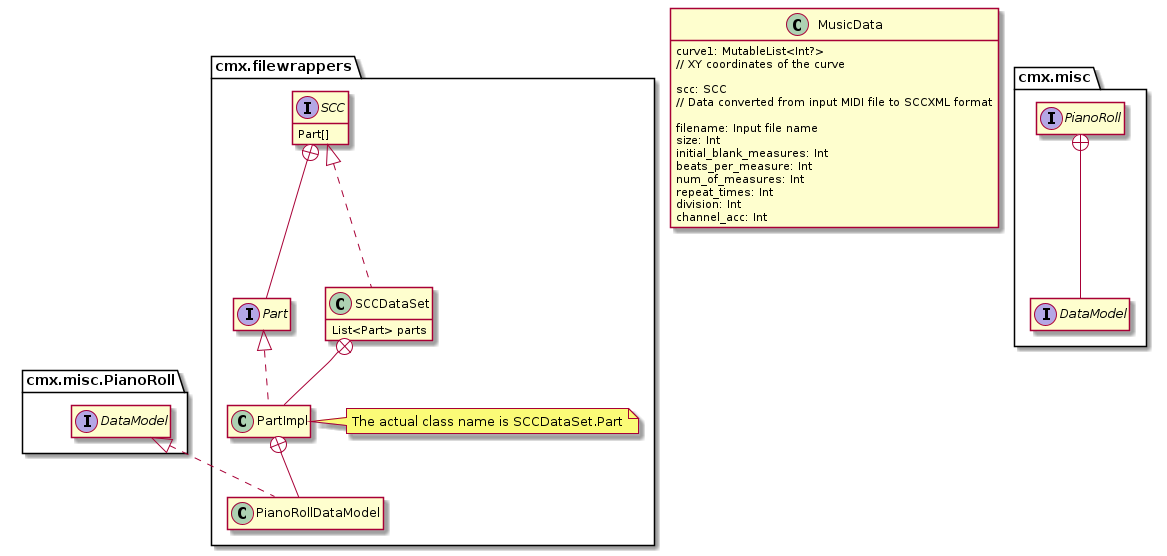
This is diagrams/test3.png from fujiij/plantuml, a PlantUML export, as it was before one commit.
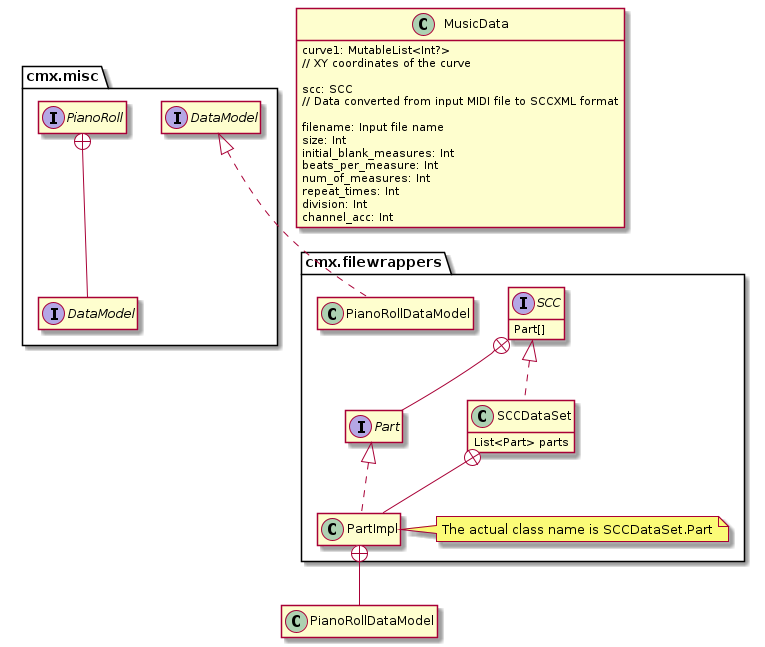
After the change.

Commit message:
Auto-generate PlantUML diagrams

The edit, as a diff of the source:
```diff
@@ -38,9 +38,8 @@
     note right of PartImpl
         The actual class name is SCCDataSet.Part
     end note
-
-    class PianoRollDataModel implements cmx.misc.PianoRoll.DataModel
-    PartImpl +-- PianoRollDataModel
 }
+class cmx.filewrappers.PianoRollDataModel implements cmx.misc.DataModel
+PartImpl +-- PianoRollDataModel
 
 @enduml
```
